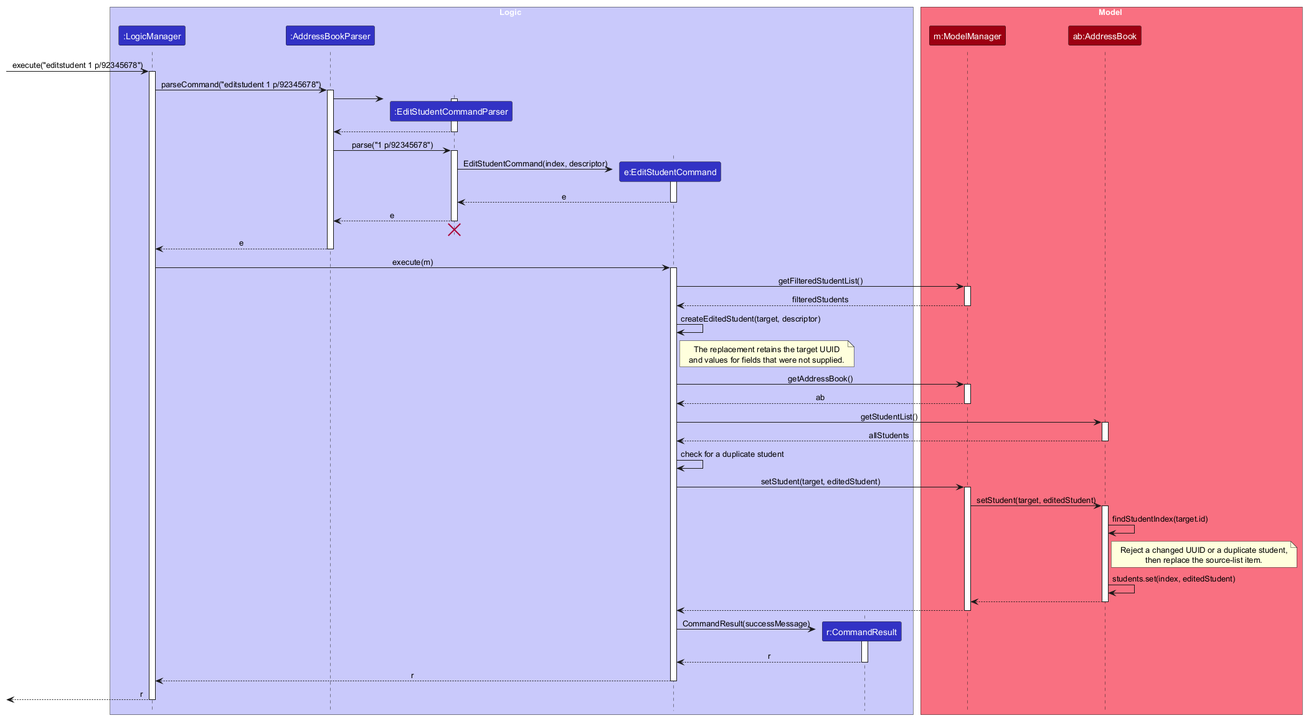
Above: docs/images/EditStudentSequenceDiagram.png in AY2627S1-CS2103T-F13-1/tp (PlantUML), before the change.
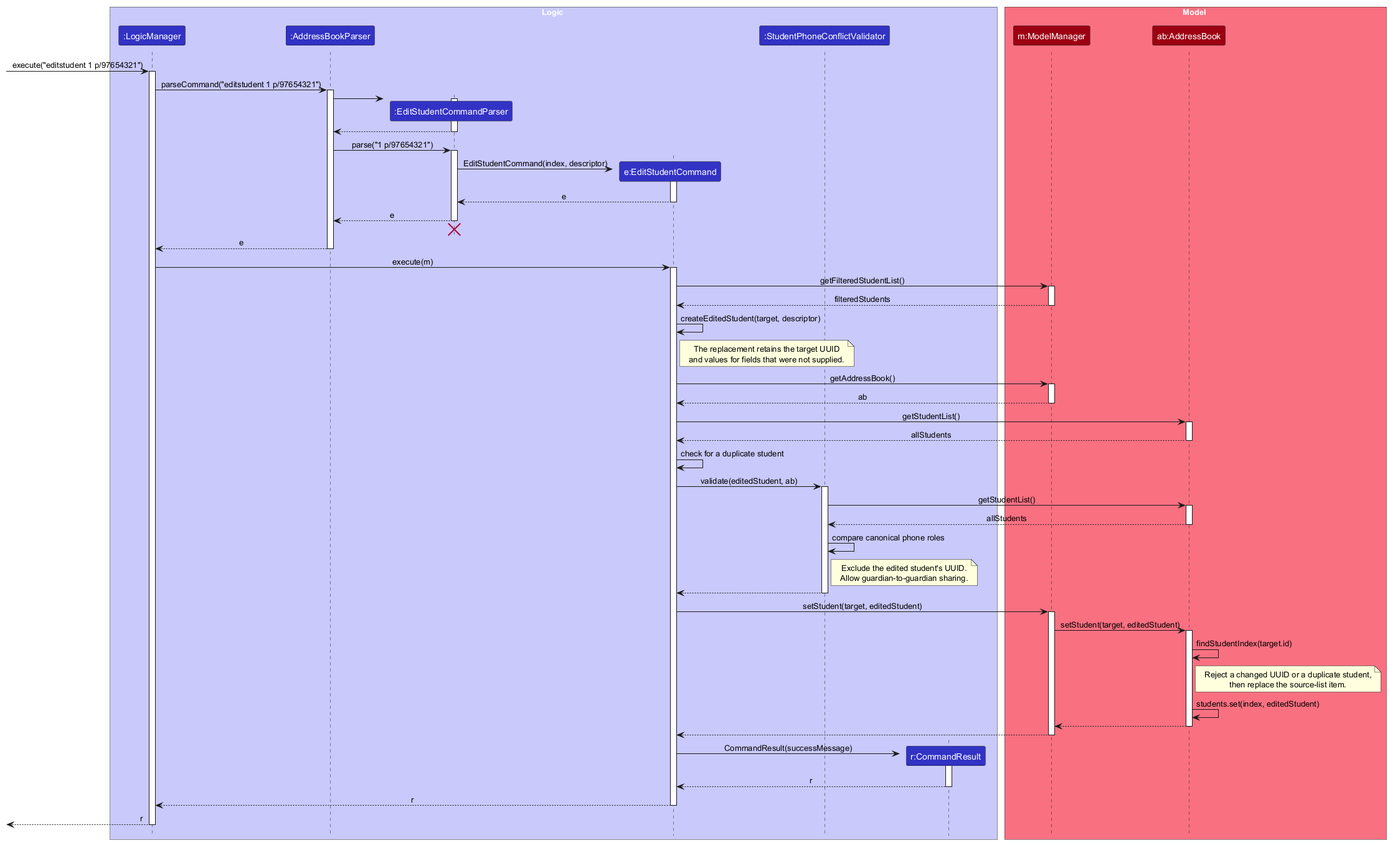
After the change.

Commit message:
Update guides for phone conflict rules

Diff of the diagram source:
```diff
@@ -7,6 +7,7 @@
 participant ":AddressBookParser" as AddressBookParser LOGIC_COLOR
 participant ":EditStudentCommandParser" as EditStudentCommandParser LOGIC_COLOR
 participant "e:EditStudentCommand" as EditStudentCommand LOGIC_COLOR
+participant ":StudentPhoneConflictValidator" as StudentPhoneConflictValidator LOGIC_COLOR
 participant "r:CommandResult" as CommandResult LOGIC_COLOR
 end box
 
@@ -15,10 +16,10 @@
 participant "ab:AddressBook" as AddressBook MODEL_COLOR
 end box
 
-[-> LogicManager : execute("editstudent 1 p/92345678")
+[-> LogicManager : execute("editstudent 1 p/97654321")
 activate LogicManager
 
-LogicManager -> AddressBookParser : parseCommand("editstudent 1 p/92345678")
+LogicManager -> AddressBookParser : parseCommand("editstudent 1 p/97654321")
 activate AddressBookParser
 
 create EditStudentCommandParser
@@ -27,7 +28,7 @@
 EditStudentCommandParser --> AddressBookParser
 deactivate EditStudentCommandParser
 
-AddressBookParser -> EditStudentCommandParser : parse("1 p/92345678")
+AddressBookParser -> EditStudentCommandParser : parse("1 p/97654321")
 activate EditStudentCommandParser
 
 create EditStudentCommand
@@ -68,6 +69,20 @@
 deactivate AddressBook
 EditStudentCommand -> EditStudentCommand : check for a duplicate student
 
+EditStudentCommand -> StudentPhoneConflictValidator : validate(editedStudent, ab)
+activate StudentPhoneConflictValidator
+StudentPhoneConflictValidator -> AddressBook : getStudentList()
+activate AddressBook
+AddressBook --> StudentPhoneConflictValidator : allStudents
+deactivate AddressBook
+StudentPhoneConflictValidator -> StudentPhoneConflictValidator : compare canonical phone roles
+note right of StudentPhoneConflictValidator
+  Exclude the edited student's UUID.
+  Allow guardian-to-guardian sharing.
+end note
+StudentPhoneConflictValidator --> EditStudentCommand
+deactivate StudentPhoneConflictValidator
+
 EditStudentCommand -> ModelManager : setStudent(target, editedStudent)
 activate ModelManager
 ModelManager -> AddressBook : setStudent(target, editedStudent)
```
